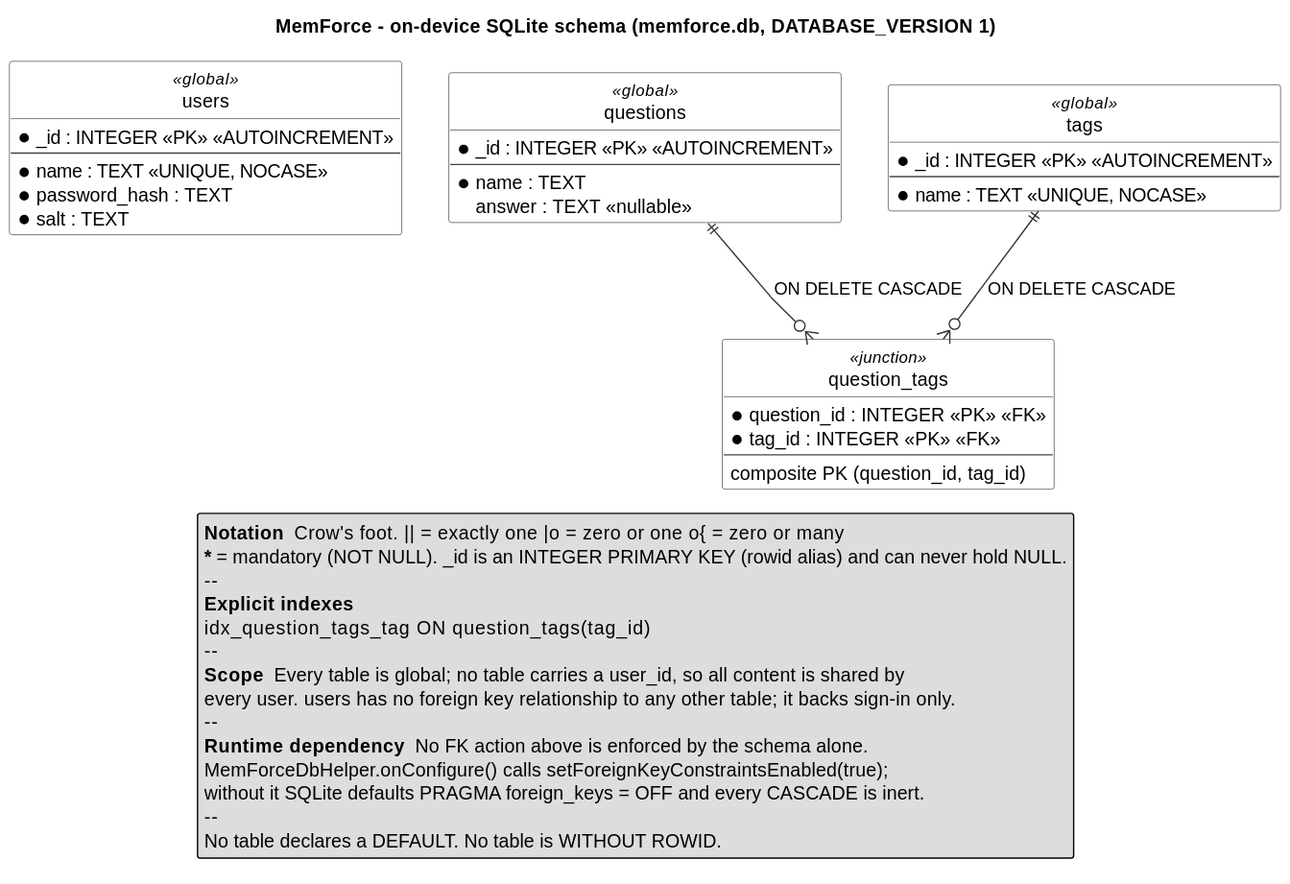
dimitrije-cuk/memforce keeps this PlantUML diagram as docs/database/database-erd.svg. Above is the earlier version.
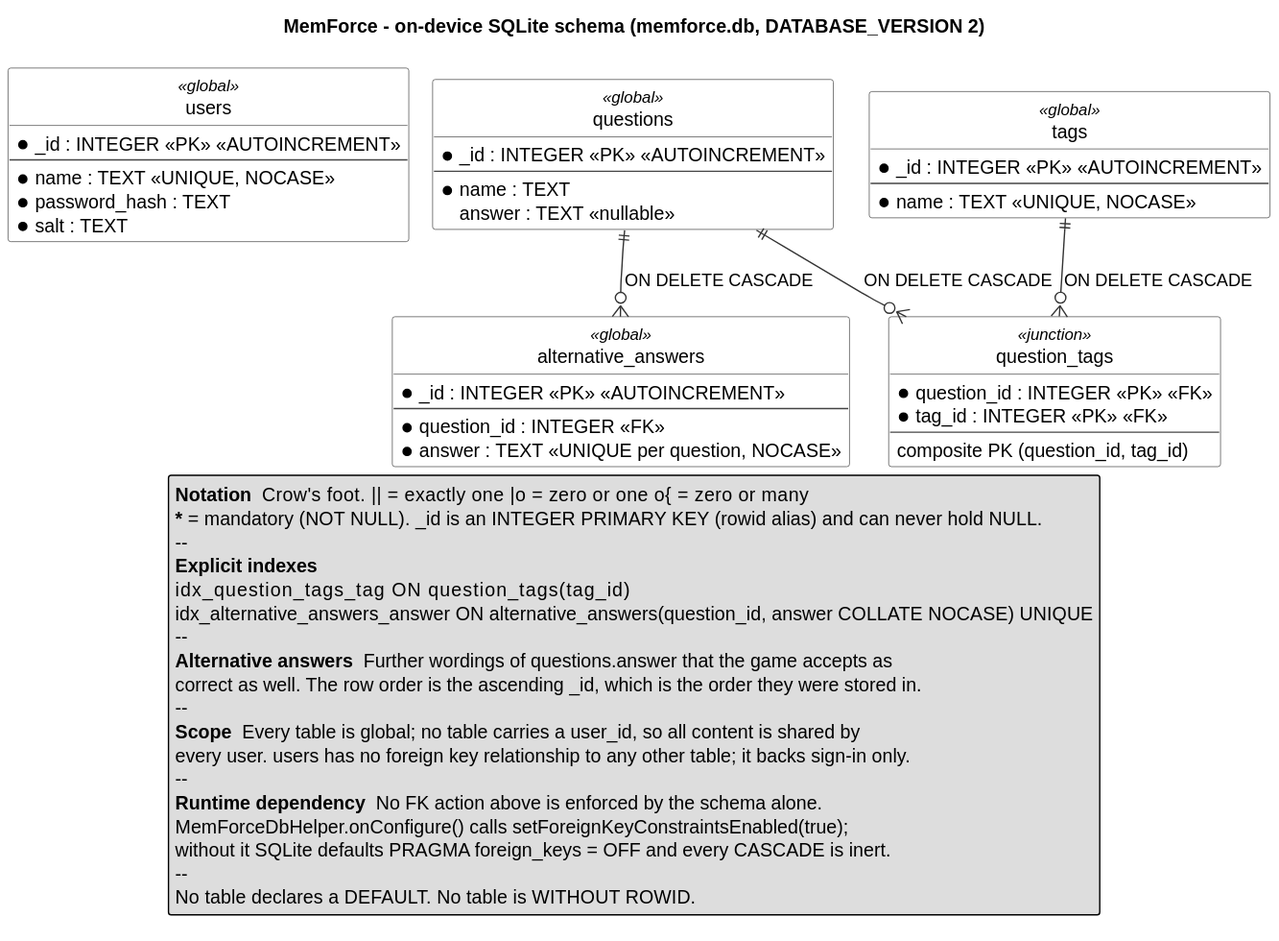
The same file after the commit.

Diff of the diagram source:
```diff
@@ -1,4 +1,5 @@
 @startuml
+!pragma layout smetana
 
 hide circle
 skinparam linetype polyline
@@ -10,7 +11,7 @@
   ArrowColor #333333
 }
 
-title MemForce - on-device SQLite schema (memforce.db, DATABASE_VERSION 1)
+title MemForce - on-device SQLite schema (memforce.db, DATABASE_VERSION 2)
 
 together {
   entity "users" as users <<global>> {
@@ -35,6 +36,13 @@
     --
     * name : TEXT <<UNIQUE, NOCASE>>
   }
+
+  entity "alternative_answers" as alternative_answers <<global>> {
+    * _id : INTEGER <<PK>> <<AUTOINCREMENT>>
+    --
+    * question_id : INTEGER <<FK>>
+    * answer : TEXT <<UNIQUE per question, NOCASE>>
+  }
 }
 
 together {
@@ -48,13 +56,18 @@
 
 questions ||--o{ question_tags : "ON DELETE CASCADE"
 tags      ||--o{ question_tags : "ON DELETE CASCADE"
+questions ||--o{ alternative_answers : "ON DELETE CASCADE"
 
 legend bottom
   <b>Notation</b>  Crow's foot.  || = exactly one   |o = zero or one   o{ = zero or many
   <b>*</b> = mandatory (NOT NULL).  _id is an INTEGER PRIMARY KEY (rowid alias) and can never hold NULL.
   --
   <b>Explicit indexes</b>
-  idx_question_tags_tag       ON question_tags(tag_id)
+  idx_question_tags_tag          ON question_tags(tag_id)
+  idx_alternative_answers_answer ON alternative_answers(question_id, answer COLLATE NOCASE)  UNIQUE
+  --
+  <b>Alternative answers</b>  Further wordings of questions.answer that the game accepts as
+  correct as well. The row order is the ascending _id, which is the order they were stored in.
   --
   <b>Scope</b>  Every table is global; no table carries a user_id, so all content is shared by
   every user. users has no foreign key relationship to any other table; it backs sign-in only.
```
